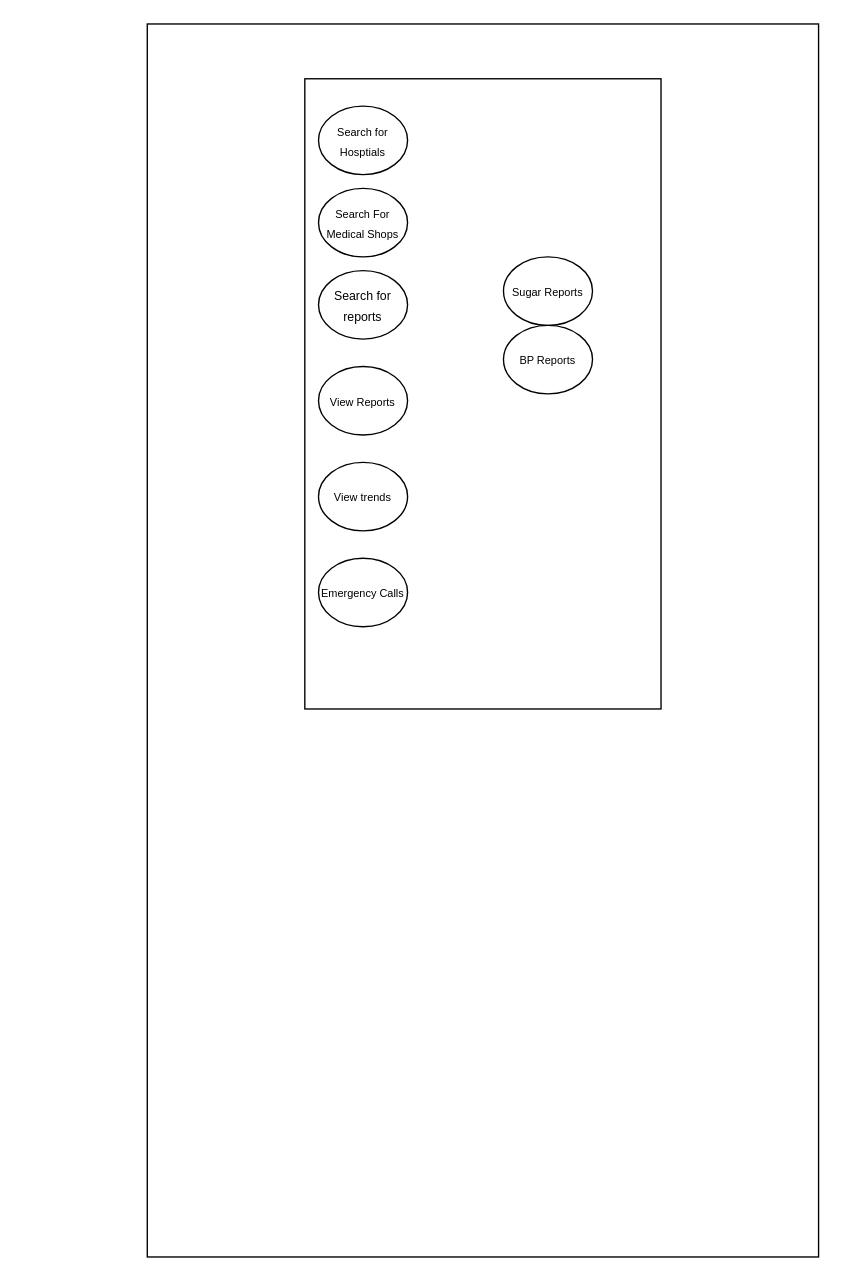
Above: UseCaseDiagram.drawio in pranavn35/ProjectDiagrams (draw.io), before the change. Source tidied: cells renumbered, new cells numbered last; positions are measured from the earlier drawing's top-left corner, leaving out a move shared by most shapes. Both pictures are drawn from the tidied source at 137%, with x=0, y=0 at pixel (147, 23).
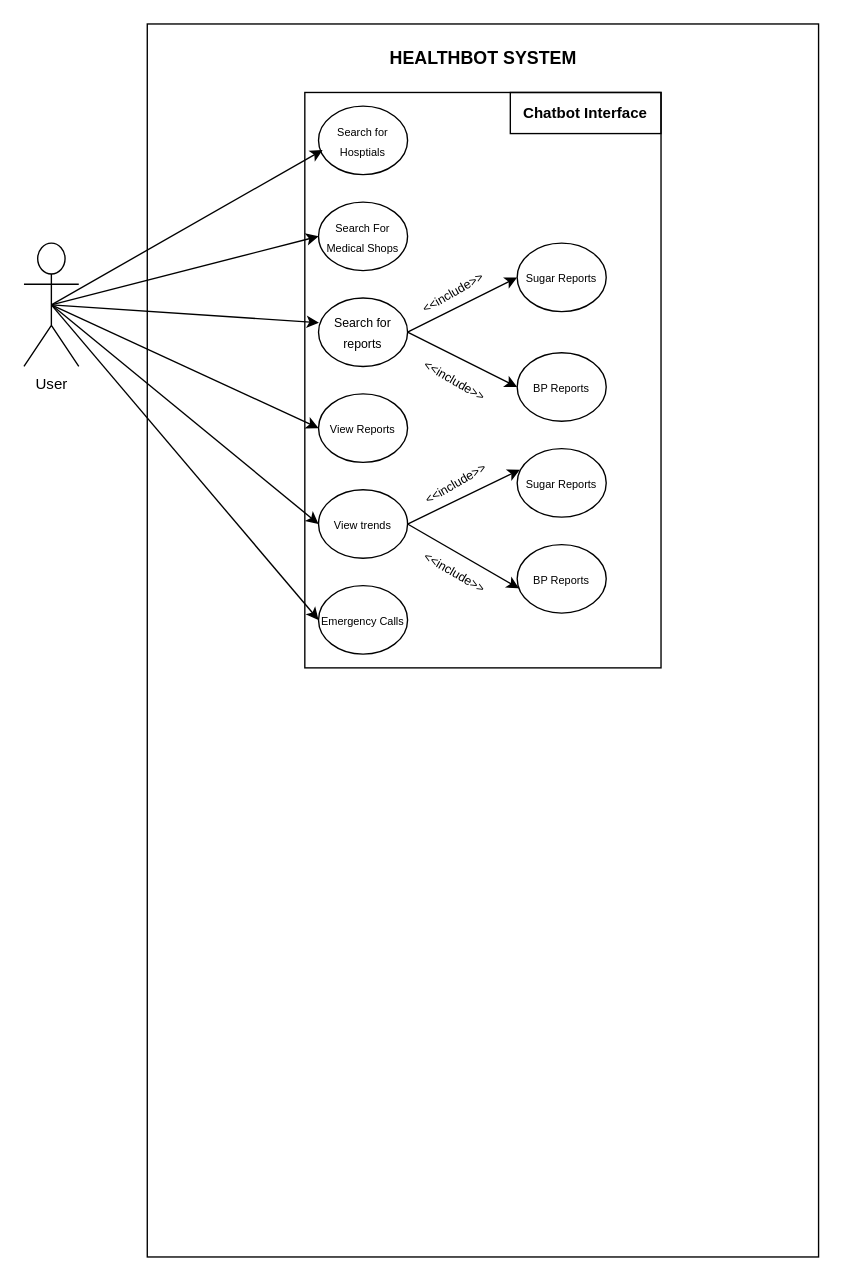
The same diagram, later.

Unchanged cells that the change refers to:
```xml
<mxCell id="4" value="&lt;font style=&quot;font-size: 8px&quot;&gt;Search for Hosptials&lt;/font&gt;" style="ellipse;whiteSpace=wrap;html=1;fontColor=default;strokeColor=default;fillColor=none;" parent="1" vertex="1">
  <mxGeometry x="125" y="60" width="65" height="50" as="geometry" />
</mxCell>
```

The edit, as a diff of the source:
```diff
@@
     <mxCell id="3" style="rounded=0;whiteSpace=wrap;html=1;fontColor=default;strokeColor=default;fillColor=none;" parent="1" vertex="1">
-      <mxGeometry x="115" y="40" width="260" height="460" as="geometry" />
+      <mxGeometry x="115" y="50" width="260" height="420" as="geometry" />
     </mxCell>
@@
     <mxCell id="5" value="&lt;font style=&quot;font-size: 8px&quot;&gt;Search For Medical Shops&lt;/font&gt;" style="ellipse;whiteSpace=wrap;html=1;fontColor=default;strokeColor=default;fillColor=none;" parent="1" vertex="1">
-      <mxGeometry x="125" y="120" width="65" height="50" as="geometry" />
+      <mxGeometry x="125" y="130" width="65" height="50" as="geometry" />
     </mxCell>
     <mxCell id="6" value="&lt;font style=&quot;font-size: 9px&quot;&gt;Search for reports&lt;/font&gt;" style="ellipse;whiteSpace=wrap;html=1;fontColor=default;strokeColor=default;fillColor=none;" parent="1" vertex="1">
-      <mxGeometry x="125" y="180" width="65" height="50" as="geometry" />
+      <mxGeometry x="125" y="200" width="65" height="50" as="geometry" />
     </mxCell>
     <mxCell id="7" value="&lt;font style=&quot;font-size: 8px&quot;&gt;View Reports&lt;/font&gt;" style="ellipse;whiteSpace=wrap;html=1;fontColor=default;strokeColor=default;fillColor=none;" parent="1" vertex="1">
-      <mxGeometry x="125" y="250" width="65" height="50" as="geometry" />
+      <mxGeometry x="125" y="270" width="65" height="50" as="geometry" />
     </mxCell>
     <mxCell id="8" value="&lt;font style=&quot;font-size: 8px&quot;&gt;View trends&lt;/font&gt;" style="ellipse;whiteSpace=wrap;html=1;fontColor=default;strokeColor=default;fillColor=none;" parent="1" vertex="1">
-      <mxGeometry x="125" y="320" width="65" height="50" as="geometry" />
+      <mxGeometry x="125" y="340" width="65" height="50" as="geometry" />
     </mxCell>
     <mxCell id="9" value="&lt;font style=&quot;font-size: 8px&quot;&gt;Emergency Calls&lt;/font&gt;" style="ellipse;whiteSpace=wrap;html=1;fontColor=default;strokeColor=default;fillColor=none;" parent="1" vertex="1">
-      <mxGeometry x="125" y="390" width="65" height="50" as="geometry" />
+      <mxGeometry x="125" y="410" width="65" height="50" as="geometry" />
     </mxCell>
     <mxCell id="10" value="&lt;font style=&quot;font-size: 8px&quot;&gt;Sugar Reports&lt;/font&gt;" style="ellipse;whiteSpace=wrap;html=1;fontColor=default;strokeColor=default;fillColor=none;" parent="1" vertex="1">
-      <mxGeometry x="260" y="170" width="65" height="50" as="geometry" />
+      <mxGeometry x="270" y="160" width="65" height="50" as="geometry" />
     </mxCell>
     <mxCell id="11" value="&lt;font style=&quot;font-size: 8px&quot;&gt;BP Reports&lt;/font&gt;" style="ellipse;whiteSpace=wrap;html=1;fontColor=default;strokeColor=default;fillColor=none;" parent="1" vertex="1">
-      <mxGeometry x="260" y="220" width="65" height="50" as="geometry" />
+      <mxGeometry x="270" y="240" width="65" height="50" as="geometry" />
     </mxCell>
+    <mxCell id="12" style="endArrow=classic;html=1;rounded=0;labelBackgroundColor=default;fontSize=11;fontColor=default;strokeColor=default;exitX=1;exitY=0.5;exitDx=0;exitDy=0;entryX=0;entryY=0.5;entryDx=0;entryDy=0;" parent="1" edge="1" source="6" target="10">
+      <mxGeometry relative="1" as="geometry" />
+    </mxCell>
+    <mxCell id="13" value="&lt;font style=&quot;font-size: 9px&quot;&gt;&amp;lt;&amp;lt;include&amp;gt;&amp;gt;&lt;/font&gt;" style="text;html=1;strokeColor=none;fillColor=none;align=center;verticalAlign=middle;whiteSpace=wrap;rounded=0;labelBackgroundColor=default;fontSize=11;fontColor=default;rotation=-30;" parent="1" vertex="1">
+      <mxGeometry x="197.5" y="190.7" width="50" height="10" as="geometry" />
+    </mxCell>
+    <mxCell id="14" style="endArrow=classic;html=1;rounded=0;labelBackgroundColor=default;fontSize=11;fontColor=default;strokeColor=default;exitX=1;exitY=0.5;exitDx=0;exitDy=0;entryX=0;entryY=0.5;entryDx=0;entryDy=0;" parent="1" edge="1" source="6" target="11">
+      <mxGeometry relative="1" as="geometry" />
+    </mxCell>
+    <mxCell id="15" value="&lt;font style=&quot;font-size: 9px&quot;&gt;&amp;lt;&amp;lt;include&amp;gt;&amp;gt;&lt;/font&gt;" style="text;html=1;strokeColor=none;fillColor=none;align=center;verticalAlign=middle;whiteSpace=wrap;rounded=0;labelBackgroundColor=default;fontSize=11;fontColor=default;rotation=30;" parent="1" vertex="1">
+      <mxGeometry x="200" y="250" width="50" height="20" as="geometry" />
+    </mxCell>
+    <mxCell id="16" value="&lt;font style=&quot;font-size: 8px&quot;&gt;Sugar Reports&lt;/font&gt;" style="ellipse;whiteSpace=wrap;html=1;fontColor=default;strokeColor=default;fillColor=none;" parent="1" vertex="1">
+      <mxGeometry x="270" y="310" width="65" height="50" as="geometry" />
+    </mxCell>
+    <mxCell id="17" value="&lt;font style=&quot;font-size: 8px&quot;&gt;BP Reports&lt;/font&gt;" style="ellipse;whiteSpace=wrap;html=1;fontColor=default;strokeColor=default;fillColor=none;" parent="1" vertex="1">
+      <mxGeometry x="270" y="380" width="65" height="50" as="geometry" />
+    </mxCell>
+    <mxCell id="18" style="endArrow=classic;html=1;rounded=0;labelBackgroundColor=default;fontSize=11;fontColor=default;strokeColor=default;exitX=1;exitY=0.5;exitDx=0;exitDy=0;entryX=0.031;entryY=0.307;entryDx=0;entryDy=0;entryPerimeter=0;" parent="1" edge="1" target="16">
+      <mxGeometry relative="1" as="geometry">
+        <mxPoint x="190" y="365" as="sourcePoint" />
+      </mxGeometry>
+    </mxCell>
+    <mxCell id="19" value="&lt;font style=&quot;font-size: 9px&quot;&gt;&amp;lt;&amp;lt;include&amp;gt;&amp;gt;&lt;/font&gt;" style="text;html=1;strokeColor=none;fillColor=none;align=center;verticalAlign=middle;whiteSpace=wrap;rounded=0;labelBackgroundColor=default;fontSize=11;fontColor=default;rotation=-30;" parent="1" vertex="1">
+      <mxGeometry x="200" y="325" width="50" height="20" as="geometry" />
+    </mxCell>
+    <mxCell id="20" style="endArrow=classic;html=1;rounded=0;labelBackgroundColor=default;fontSize=11;fontColor=default;strokeColor=default;exitX=1;exitY=0.5;exitDx=0;exitDy=0;entryX=0.021;entryY=0.64;entryDx=0;entryDy=0;entryPerimeter=0;" parent="1" edge="1" source="8" target="17">
+      <mxGeometry relative="1" as="geometry" />
+    </mxCell>
+    <mxCell id="21" value="&lt;font style=&quot;font-size: 9px&quot;&gt;&amp;lt;&amp;lt;include&amp;gt;&amp;gt;&lt;/font&gt;" style="text;html=1;strokeColor=none;fillColor=none;align=center;verticalAlign=middle;whiteSpace=wrap;rounded=0;labelBackgroundColor=default;fontSize=11;fontColor=default;rotation=30;" parent="1" vertex="1">
+      <mxGeometry x="200" y="390" width="50" height="20" as="geometry" />
+    </mxCell>
+    <mxCell id="22" value="User&lt;br&gt;" style="shape=umlActor;verticalLabelPosition=bottom;verticalAlign=top;html=1;outlineConnect=0;labelBackgroundColor=default;fontSize=11;fontColor=default;strokeColor=default;fillColor=none;" parent="1" vertex="1">
+      <mxGeometry x="-90" y="160" width="40" height="90" as="geometry" />
+    </mxCell>
+    <mxCell id="23" style="endArrow=classic;html=1;rounded=0;labelBackgroundColor=default;fontSize=11;fontColor=default;strokeColor=default;exitX=0.5;exitY=0.5;exitDx=0;exitDy=0;exitPerimeter=0;entryX=0.046;entryY=0.64;entryDx=0;entryDy=0;entryPerimeter=0;" parent="1" edge="1" source="22" target="4">
+      <mxGeometry relative="1" as="geometry" />
+    </mxCell>
+    <mxCell id="24" style="endArrow=classic;html=1;rounded=0;labelBackgroundColor=default;fontSize=11;fontColor=default;strokeColor=default;exitX=0.5;exitY=0.5;exitDx=0;exitDy=0;exitPerimeter=0;entryX=0;entryY=0.5;entryDx=0;entryDy=0;" parent="1" edge="1" source="22" target="5">
+      <mxGeometry relative="1" as="geometry" />
+    </mxCell>
+    <mxCell id="25" style="endArrow=classic;html=1;rounded=0;labelBackgroundColor=default;fontSize=11;fontColor=default;strokeColor=default;exitX=0.5;exitY=0.5;exitDx=0;exitDy=0;exitPerimeter=0;entryX=0.005;entryY=0.36;entryDx=0;entryDy=0;entryPerimeter=0;" parent="1" edge="1" source="22" target="6">
+      <mxGeometry relative="1" as="geometry" />
+    </mxCell>
+    <mxCell id="26" style="endArrow=classic;html=1;rounded=0;labelBackgroundColor=default;fontSize=11;fontColor=default;strokeColor=default;entryX=0;entryY=0.5;entryDx=0;entryDy=0;exitX=0.5;exitY=0.5;exitDx=0;exitDy=0;exitPerimeter=0;" parent="1" edge="1" source="22" target="7">
+      <mxGeometry relative="1" as="geometry" />
+    </mxCell>
+    <mxCell id="27" style="endArrow=classic;html=1;rounded=0;labelBackgroundColor=default;fontSize=11;fontColor=default;strokeColor=default;exitX=0.5;exitY=0.5;exitDx=0;exitDy=0;exitPerimeter=0;entryX=0;entryY=0.5;entryDx=0;entryDy=0;" parent="1" edge="1" source="22" target="8">
+      <mxGeometry relative="1" as="geometry" />
+    </mxCell>
+    <mxCell id="28" style="endArrow=classic;html=1;rounded=0;labelBackgroundColor=default;fontSize=11;fontColor=default;strokeColor=default;exitX=0.5;exitY=0.5;exitDx=0;exitDy=0;exitPerimeter=0;entryX=0;entryY=0.5;entryDx=0;entryDy=0;" parent="1" edge="1" source="22" target="9">
+      <mxGeometry relative="1" as="geometry" />
+    </mxCell>
+    <mxCell id="29" value="&lt;b&gt;&lt;font style=&quot;font-size: 11px&quot;&gt;Chatbot Interface&lt;/font&gt;&lt;/b&gt;" style="text;html=1;strokeColor=none;fillColor=none;align=center;verticalAlign=middle;whiteSpace=wrap;rounded=0;labelBackgroundColor=default;fontSize=9;fontColor=default;" parent="1" vertex="1">
+      <mxGeometry x="265" y="50" width="110" height="30" as="geometry" />
+    </mxCell>
+    <mxCell id="30" value="&lt;b&gt;&lt;font style=&quot;font-size: 13px&quot;&gt;HEALTHBOT SYSTEM&lt;/font&gt;&lt;/b&gt;" style="text;html=1;strokeColor=none;fillColor=none;align=center;verticalAlign=middle;whiteSpace=wrap;rounded=0;labelBackgroundColor=default;fontSize=9;fontColor=default;" parent="1" vertex="1">
+      <mxGeometry x="152.5" y="10" width="185" height="30" as="geometry" />
+    </mxCell>
+    <mxCell id="31" style="rounded=0;whiteSpace=wrap;html=1;labelBackgroundColor=default;fontSize=11;fontColor=default;strokeColor=default;fillColor=none;" parent="1" vertex="1">
+      <mxGeometry x="265" y="50" width="110" height="30" as="geometry" />
+    </mxCell>
```
